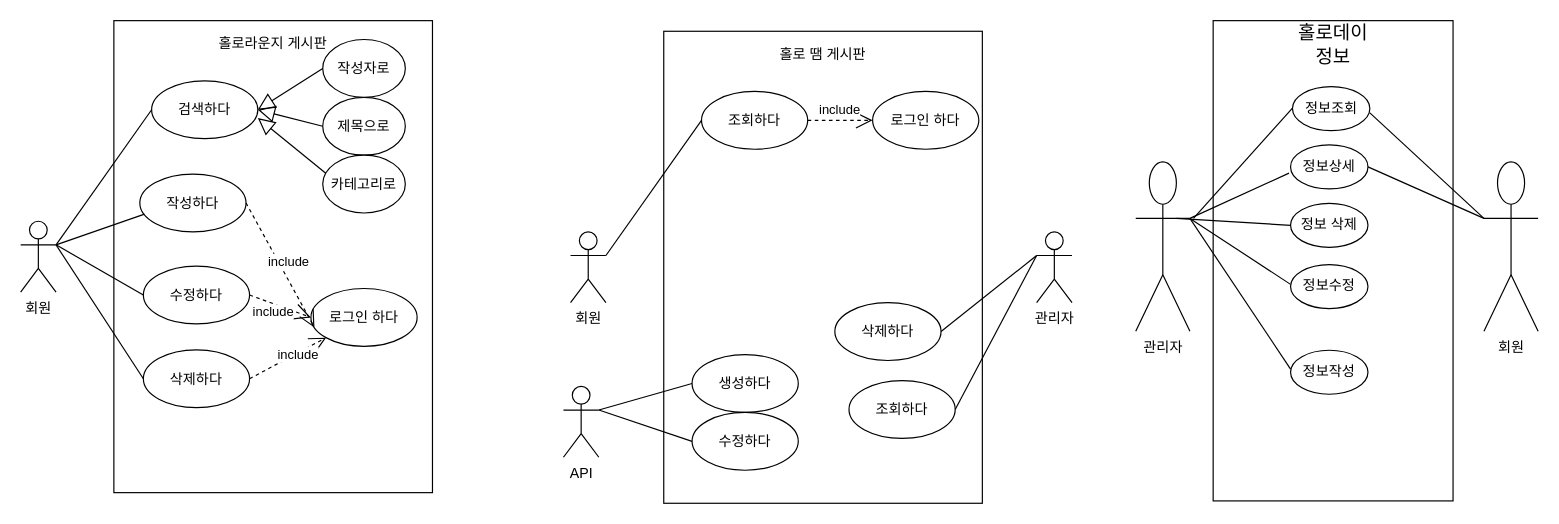
2023240298-ctrl/semi-project-holoday keeps this draw.io diagram as 2조_홀로데이_유스케이스.drawio. Above is the earlier version. Source tidied: cells renumbered, new cells numbered last; positions are measured from the earlier drawing's top-left corner, leaving out a move shared by most shapes. Both pictures are drawn from the tidied source at 118%, with x=0, y=0 at pixel (20, 20).
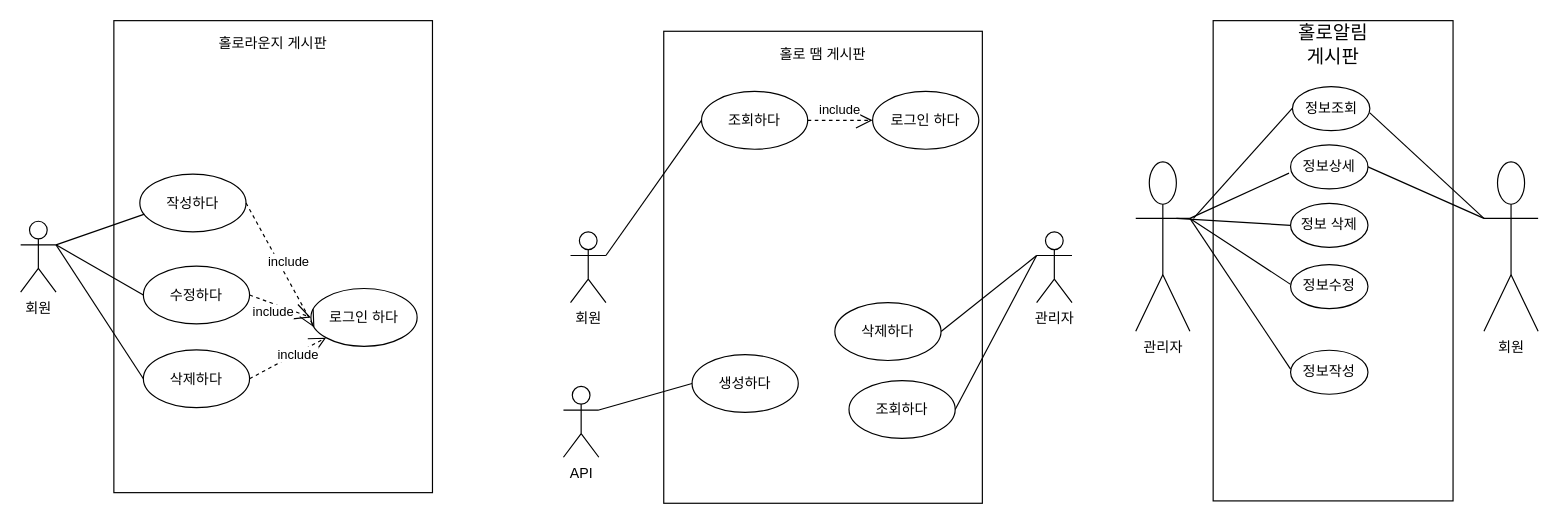
The same diagram, later.

Commit message:
2조_홀로데이_유스케이스.drawio 업데이트

Unchanged cells that the change refers to:
```xml
<mxCell id="10" value="회원" style="shape=umlActor;verticalLabelPosition=bottom;verticalAlign=top;html=1;" parent="1" vertex="1">
  <mxGeometry y="170" width="30" height="60" as="geometry" />
</mxCell>
<mxCell id="27" style="group;" parent="1" vertex="1">
  <mxGeometry x="945" width="341" height="407" as="geometry" />
</mxCell>
<mxCell id="48" value="API" style="shape=umlActor;verticalLabelPosition=bottom;verticalAlign=top;html=1;" parent="1" vertex="1">
  <mxGeometry x="460" y="310" width="30" height="60" as="geometry" />
</mxCell>
```

Change to the diagram source:
```diff
@@
-    <mxCell id="11" value="검색하다" style="ellipse;whiteSpace=wrap;html=1;" parent="1" vertex="1">
-      <mxGeometry x="111" y="51" width="90" height="49" as="geometry" />
-    </mxCell>
@@
-    <mxCell id="16" style="endArrow=none;html=1;rounded=0;entryX=0;entryY=0.5;entryDx=0;entryDy=0;exitX=1;exitY=0.3333333333333333;exitDx=0;exitDy=0;exitPerimeter=0;" parent="1" edge="1" source="10" target="11">
-      <mxGeometry relative="1" as="geometry" />
-    </mxCell>
@@
-    <mxCell id="23" value="제목으로" style="ellipse;whiteSpace=wrap;html=1;" parent="1" vertex="1">
-      <mxGeometry x="256" y="65" width="70" height="49" as="geometry" />
-    </mxCell>
-    <mxCell id="24" value="작성자로" style="ellipse;whiteSpace=wrap;html=1;" parent="1" vertex="1">
-      <mxGeometry x="256" y="16" width="70" height="49" as="geometry" />
-    </mxCell>
-    <mxCell id="25" style="endArrow=block;endFill=0;endSize=12;html=1;rounded=0;entryX=1;entryY=0.5;entryDx=0;entryDy=0;exitX=0;exitY=0.5;exitDx=0;exitDy=0;" parent="1" edge="1" source="24" target="11">
-      <mxGeometry relative="1" as="geometry" />
-    </mxCell>
-    <mxCell id="26" style="endArrow=block;endFill=0;endSize=12;html=1;rounded=0;entryX=1;entryY=0.5;entryDx=0;entryDy=0;exitX=0;exitY=0.5;exitDx=0;exitDy=0;" parent="1" edge="1" source="23" target="11">
-      <mxGeometry relative="1" as="geometry" />
-    </mxCell>
@@
-    <mxCell id="31" value="홀로데이 정보" style="text;html=1;whiteSpace=wrap;strokeColor=none;fillColor=none;align=center;verticalAlign=middle;rounded=0;fontSize=16;" parent="27" vertex="1">
+    <mxCell id="31" value="홀로알림&lt;div&gt;게시판&lt;/div&gt;" style="text;html=1;whiteSpace=wrap;strokeColor=none;fillColor=none;align=center;verticalAlign=middle;rounded=0;fontSize=16;" parent="27" vertex="1">
       <mxGeometry x="132.8" y="8" width="68.9" height="23.9" as="geometry" />
     </mxCell>
@@
-    <mxCell id="44" value="카테고리로" style="ellipse;whiteSpace=wrap;html=1;" parent="1" vertex="1">
-      <mxGeometry x="256" y="114" width="70" height="49" as="geometry" />
-    </mxCell>
-    <mxCell id="45" style="endArrow=block;endFill=0;endSize=12;html=1;rounded=0;entryX=1;entryY=0.5;entryDx=0;entryDy=0;exitX=0.037;exitY=0.312;exitDx=0;exitDy=0;exitPerimeter=0;" parent="1" edge="1" source="44">
-      <mxGeometry relative="1" as="geometry">
-        <mxPoint x="201" y="82.5" as="targetPoint" />
-      </mxGeometry>
-    </mxCell>
@@
-    <mxCell id="51" value="수정하다" style="ellipse;whiteSpace=wrap;html=1;" parent="1" vertex="1">
-      <mxGeometry x="569" y="332" width="90" height="49" as="geometry" />
-    </mxCell>
-    <mxCell id="52" style="endArrow=none;html=1;rounded=0;entryX=1;entryY=0.3333333333333333;entryDx=0;entryDy=0;exitX=0;exitY=0.5;exitDx=0;exitDy=0;entryPerimeter=0;" parent="1" edge="1" source="51" target="48">
-      <mxGeometry relative="1" as="geometry" />
-    </mxCell>
```
